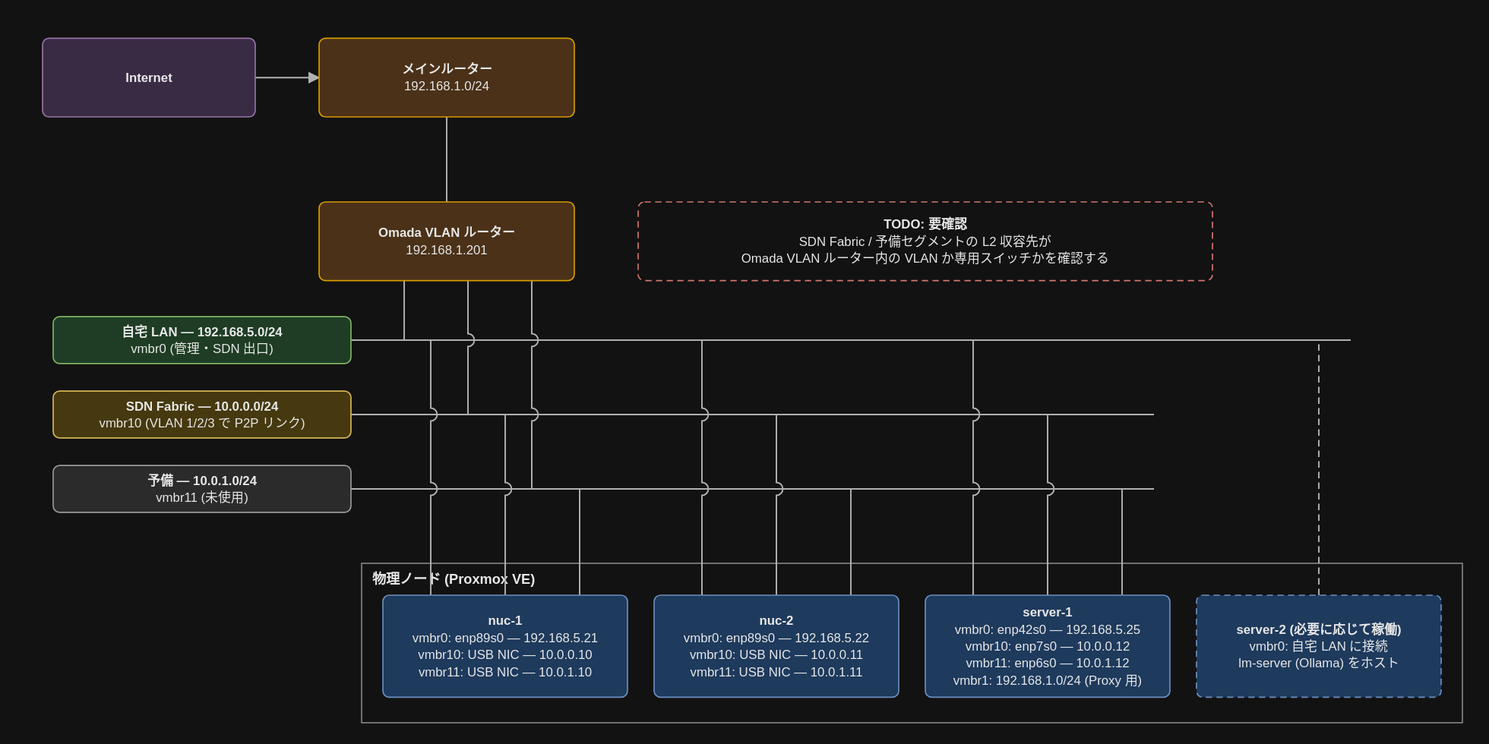
Earlier version of the draw.io export docs/architecture-physical.drawio.svg (k-wa-wa/nuage-cluster). Source tidied: cells renumbered, new cells last; positions are measured from the earlier drawing's top-left corner, leaving out a move shared by most shapes.
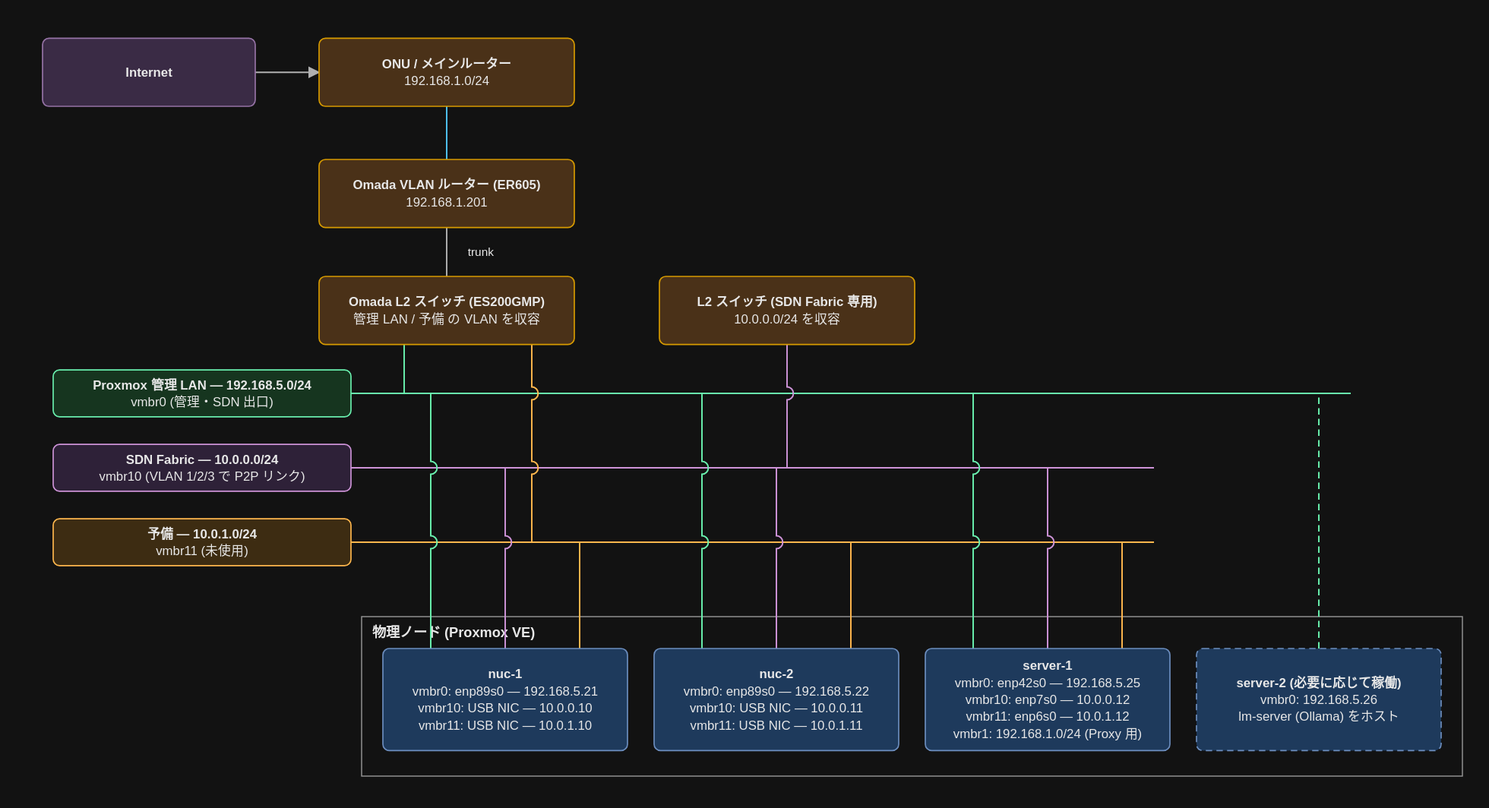
Above is the later version.

The edit, as a diff of the source:
```diff
@@ -6,24 +6,27 @@
       <mxGeometry x="300" y="494" width="1035" height="150" as="geometry" />
     </mxCell>
     <mxCell id="3" value="&lt;b&gt;Internet&lt;/b&gt;" style="rounded=1;whiteSpace=wrap;html=1;fontSize=12;fillColor=#3a2b45;strokeColor=#9673a6;fontColor=#e8e8e8;" parent="1" vertex="1">
-      <mxGeometry width="200" height="74" as="geometry" />
+      <mxGeometry y="-50" width="200" height="64" as="geometry" />
     </mxCell>
-    <mxCell id="4" value="&lt;b&gt;メインルーター&lt;/b&gt;&lt;br&gt;192.168.1.0/24" style="rounded=1;whiteSpace=wrap;html=1;fontSize=12;fillColor=#4a3118;strokeColor=#d79b00;fontColor=#e8e8e8;" parent="1" vertex="1">
-      <mxGeometry x="260" width="240" height="74" as="geometry" />
-    </mxCell>
-    <mxCell id="5" value="&lt;b&gt;Omada VLAN ルーター&lt;/b&gt;&lt;br&gt;192.168.1.201" style="rounded=1;whiteSpace=wrap;html=1;fontSize=12;fillColor=#4a3118;strokeColor=#d79b00;fontColor=#e8e8e8;" parent="1" vertex="1">
-      <mxGeometry x="260" y="154" width="240" height="74" as="geometry" />
-    </mxCell>
-    <mxCell id="6" value="&lt;b&gt;TODO: 要確認&lt;/b&gt;&lt;br&gt;SDN Fabric / 予備セグメントの L2 収容先が&lt;br&gt;Omada VLAN ルーター内の VLAN か専用スイッチかを確認する" style="rounded=1;whiteSpace=wrap;html=1;fontSize=12;fillColor=none;strokeColor=#d4766e;fontColor=#e8e8e8;dashed=1;" parent="1" vertex="1">
-      <mxGeometry x="560" y="154" width="540" height="74" as="geometry" />
-    </mxCell>
+    <mxCell id="32" value="&lt;b&gt;ONU / メインルーター&lt;/b&gt;&lt;br&gt;192.168.1.0/24" style="rounded=1;whiteSpace=wrap;html=1;fontSize=12;fillColor=#4a3118;strokeColor=#d79b00;fontColor=#e8e8e8;" parent="1" vertex="1">
+      <mxGeometry x="260" y="-50" width="240" height="64" as="geometry" />
+    </mxCell>
+    <mxCell id="33" value="&lt;b&gt;Omada VLAN ルーター (ER605)&lt;/b&gt;&lt;br&gt;192.168.1.201" style="rounded=1;whiteSpace=wrap;html=1;fontSize=12;fillColor=#4a3118;strokeColor=#d79b00;fontColor=#e8e8e8;" parent="1" vertex="1">
+      <mxGeometry x="260" y="64" width="240" height="64" as="geometry" />
+    </mxCell>
+    <mxCell id="34" value="&lt;b&gt;Omada L2 スイッチ (ES200GMP)&lt;/b&gt;&lt;br&gt;管理 LAN / 予備 の VLAN を収容" style="rounded=1;whiteSpace=wrap;html=1;fontSize=12;fillColor=#4a3118;strokeColor=#d79b00;fontColor=#e8e8e8;" parent="1" vertex="1">
+      <mxGeometry x="260" y="174" width="240" height="64" as="geometry" />
+    </mxCell>
+    <mxCell id="35" value="&lt;b&gt;L2 スイッチ (SDN Fabric 専用)&lt;/b&gt;&lt;br&gt;10.0.0.0/24 を収容" style="rounded=1;whiteSpace=wrap;html=1;fontSize=12;fillColor=#4a3118;strokeColor=#d79b00;fontColor=#e8e8e8;" parent="1" vertex="1">
+      <mxGeometry x="580" y="174" width="240" height="64" as="geometry" />
+    </mxCell>
-    <mxCell id="7" value="&lt;b&gt;自宅 LAN — 192.168.5.0/24&lt;/b&gt;&lt;br&gt;vmbr0 (管理・SDN 出口)" style="rounded=1;whiteSpace=wrap;html=1;fontSize=12;fillColor=#1e3d24;strokeColor=#82b366;fontColor=#e8e8e8;" parent="1" vertex="1">
+    <mxCell id="7" value="&lt;b&gt;Proxmox 管理 LAN — 192.168.5.0/24&lt;/b&gt;&lt;br&gt;vmbr0 (管理・SDN 出口)" style="rounded=1;whiteSpace=wrap;html=1;fontSize=12;fillColor=#16351f;strokeColor=#69F0AE;fontColor=#e8e8e8;" parent="1" vertex="1">
       <mxGeometry x="10" y="262" width="280" height="44" as="geometry" />
     </mxCell>
-    <mxCell id="8" value="&lt;b&gt;SDN Fabric — 10.0.0.0/24&lt;/b&gt;&lt;br&gt;vmbr10 (VLAN 1/2/3 で P2P リンク)" style="rounded=1;whiteSpace=wrap;html=1;fontSize=12;fillColor=#46390f;strokeColor=#d6b656;fontColor=#e8e8e8;" parent="1" vertex="1">
+    <mxCell id="8" value="&lt;b&gt;SDN Fabric — 10.0.0.0/24&lt;/b&gt;&lt;br&gt;vmbr10 (VLAN 1/2/3 で P2P リンク)" style="rounded=1;whiteSpace=wrap;html=1;fontSize=12;fillColor=#2e2138;strokeColor=#CE93D8;fontColor=#e8e8e8;" parent="1" vertex="1">
       <mxGeometry x="10" y="332" width="280" height="44" as="geometry" />
     </mxCell>
-    <mxCell id="9" value="&lt;b&gt;予備 — 10.0.1.0/24&lt;/b&gt;&lt;br&gt;vmbr11 (未使用)" style="rounded=1;whiteSpace=wrap;html=1;fontSize=12;fillColor=#2b2b2b;strokeColor=#9a9a9a;fontColor=#e8e8e8;" parent="1" vertex="1">
+    <mxCell id="9" value="&lt;b&gt;予備 — 10.0.1.0/24&lt;/b&gt;&lt;br&gt;vmbr11 (未使用)" style="rounded=1;whiteSpace=wrap;html=1;fontSize=12;fillColor=#3d2c12;strokeColor=#FFB74D;fontColor=#e8e8e8;" parent="1" vertex="1">
       <mxGeometry x="10" y="402" width="280" height="44" as="geometry" />
     </mxCell>
     <mxCell id="10" value="&lt;b&gt;nuc-1&lt;/b&gt;&lt;br&gt;vmbr0: enp89s0 — 192.168.5.21&lt;br&gt;vmbr10: USB NIC — 10.0.0.10&lt;br&gt;vmbr11: USB NIC — 10.0.1.10" style="rounded=1;whiteSpace=wrap;html=1;fontSize=12;fillColor=#1e3a5c;strokeColor=#6c8ebf;fontColor=#e8e8e8;" parent="1" vertex="1">
@@ -35,94 +38,97 @@
     <mxCell id="12" value="&lt;b&gt;server-1&lt;/b&gt;&lt;br&gt;vmbr0: enp42s0 — 192.168.5.25&lt;br&gt;vmbr10: enp7s0 — 10.0.0.12&lt;br&gt;vmbr11: enp6s0 — 10.0.1.12&lt;br&gt;vmbr1: 192.168.1.0/24 (Proxy 用)" style="rounded=1;whiteSpace=wrap;html=1;fontSize=12;fillColor=#1e3a5c;strokeColor=#6c8ebf;fontColor=#e8e8e8;" parent="1" vertex="1">
       <mxGeometry x="830" y="524" width="230" height="96" as="geometry" />
     </mxCell>
-    <mxCell id="13" value="&lt;b&gt;server-2 (必要に応じて稼働)&lt;/b&gt;&lt;br&gt;vmbr0: 自宅 LAN に接続&lt;br&gt;lm-server (Ollama) をホスト" style="rounded=1;whiteSpace=wrap;html=1;fontSize=12;fillColor=#1e3a5c;strokeColor=#6c8ebf;fontColor=#e8e8e8;dashed=1;" parent="1" vertex="1">
+    <mxCell id="13" value="&lt;b&gt;server-2 (必要に応じて稼働)&lt;/b&gt;&lt;br&gt;vmbr0: 192.168.5.26&lt;br&gt;lm-server (Ollama) をホスト" style="rounded=1;whiteSpace=wrap;html=1;fontSize=12;fillColor=#1e3a5c;strokeColor=#6c8ebf;fontColor=#e8e8e8;dashed=1;" parent="1" vertex="1">
       <mxGeometry x="1085" y="524" width="230" height="96" as="geometry" />
     </mxCell>
-    <mxCell id="14" style="edgeStyle=orthogonalEdgeStyle;rounded=0;html=1;fontSize=11;jumpStyle=arc;jumpSize=6;strokeColor=#b0b0b0;fontColor=#e8e8e8;endArrow=none;" parent="1" edge="1">
+    <mxCell id="14" style="edgeStyle=orthogonalEdgeStyle;rounded=0;html=1;fontSize=11;jumpStyle=arc;jumpSize=6;strokeColor=#69F0AE;fontColor=#e8e8e8;endArrow=none;" parent="1" edge="1">
       <mxGeometry relative="1" as="geometry">
         <mxPoint x="290" y="284" as="sourcePoint" />
         <mxPoint x="1230" y="284" as="targetPoint" />
       </mxGeometry>
     </mxCell>
-    <mxCell id="15" style="edgeStyle=orthogonalEdgeStyle;rounded=0;html=1;fontSize=11;jumpStyle=arc;jumpSize=6;strokeColor=#b0b0b0;fontColor=#e8e8e8;endArrow=none;" parent="1" edge="1">
+    <mxCell id="15" style="edgeStyle=orthogonalEdgeStyle;rounded=0;html=1;fontSize=11;jumpStyle=arc;jumpSize=6;strokeColor=#CE93D8;fontColor=#e8e8e8;endArrow=none;" parent="1" edge="1">
       <mxGeometry relative="1" as="geometry">
         <mxPoint x="290" y="354" as="sourcePoint" />
         <mxPoint x="1045" y="354" as="targetPoint" />
       </mxGeometry>
     </mxCell>
-    <mxCell id="16" style="edgeStyle=orthogonalEdgeStyle;rounded=0;html=1;fontSize=11;jumpStyle=arc;jumpSize=6;strokeColor=#b0b0b0;fontColor=#e8e8e8;endArrow=none;" parent="1" edge="1">
+    <mxCell id="16" style="edgeStyle=orthogonalEdgeStyle;rounded=0;html=1;fontSize=11;jumpStyle=arc;jumpSize=6;strokeColor=#FFB74D;fontColor=#e8e8e8;endArrow=none;" parent="1" edge="1">
       <mxGeometry relative="1" as="geometry">
         <mxPoint x="290" y="424" as="sourcePoint" />
         <mxPoint x="1045" y="424" as="targetPoint" />
       </mxGeometry>
     </mxCell>
-    <mxCell id="17" style="edgeStyle=orthogonalEdgeStyle;rounded=0;html=1;fontSize=11;jumpStyle=arc;jumpSize=6;strokeColor=#b0b0b0;fontColor=#e8e8e8;exitX=1;exitY=0.5;exitDx=0;exitDy=0;entryX=0;entryY=0.5;entryDx=0;entryDy=0;" parent="1" edge="1" source="3" target="4">
+    <mxCell id="17" style="edgeStyle=orthogonalEdgeStyle;rounded=0;html=1;fontSize=11;jumpStyle=arc;jumpSize=6;strokeColor=#b0b0b0;fontColor=#e8e8e8;exitX=1;exitY=0.5;exitDx=0;exitDy=0;entryX=0;entryY=0.5;entryDx=0;entryDy=0;" parent="1" edge="1" source="3" target="32">
       <mxGeometry relative="1" as="geometry" />
     </mxCell>
-    <mxCell id="18" style="edgeStyle=orthogonalEdgeStyle;rounded=0;html=1;fontSize=11;jumpStyle=arc;jumpSize=6;strokeColor=#b0b0b0;fontColor=#e8e8e8;exitX=0.5;exitY=1;exitDx=0;exitDy=0;entryX=0.5;entryY=0;entryDx=0;entryDy=0;endArrow=none;" parent="1" edge="1" source="4" target="5">
-      <mxGeometry relative="1" as="geometry" />
-    </mxCell>
-    <mxCell id="19" style="edgeStyle=orthogonalEdgeStyle;rounded=0;html=1;fontSize=11;jumpStyle=arc;jumpSize=6;strokeColor=#b0b0b0;fontColor=#e8e8e8;exitX=0.3333;exitY=1;exitDx=0;exitDy=0;endArrow=none;" parent="1" edge="1" source="5">
-      <mxGeometry relative="1" as="geometry">
-        <mxPoint x="340" y="284" as="targetPoint" />
-      </mxGeometry>
-    </mxCell>
-    <mxCell id="20" style="edgeStyle=orthogonalEdgeStyle;rounded=0;html=1;fontSize=11;jumpStyle=arc;jumpSize=6;strokeColor=#b0b0b0;fontColor=#e8e8e8;exitX=0.5833;exitY=1;exitDx=0;exitDy=0;endArrow=none;" parent="1" edge="1" source="5">
-      <mxGeometry relative="1" as="geometry">
-        <mxPoint x="400" y="354" as="targetPoint" />
-      </mxGeometry>
-    </mxCell>
-    <mxCell id="21" style="edgeStyle=orthogonalEdgeStyle;rounded=0;html=1;fontSize=11;jumpStyle=arc;jumpSize=6;strokeColor=#b0b0b0;fontColor=#e8e8e8;exitX=0.8333;exitY=1;exitDx=0;exitDy=0;endArrow=none;" parent="1" edge="1" source="5">
-      <mxGeometry relative="1" as="geometry">
-        <mxPoint x="460" y="424" as="targetPoint" />
-      </mxGeometry>
-    </mxCell>
+    <mxCell id="36" style="edgeStyle=orthogonalEdgeStyle;rounded=0;html=1;fontSize=11;jumpStyle=arc;jumpSize=6;strokeColor=#4FC3F7;fontColor=#e8e8e8;exitX=0.5;exitY=1;exitDx=0;exitDy=0;entryX=0.5;entryY=0;entryDx=0;entryDy=0;endArrow=none;" parent="1" edge="1" source="32" target="33">
+      <mxGeometry relative="1" as="geometry" />
+    </mxCell>
+    <mxCell id="37" value="trunk" style="edgeStyle=orthogonalEdgeStyle;rounded=0;html=1;fontSize=11;jumpStyle=arc;jumpSize=6;strokeColor=#b0b0b0;fontColor=#e8e8e8;exitX=0.5;exitY=1;exitDx=0;exitDy=0;entryX=0.5;entryY=0;entryDx=0;entryDy=0;endArrow=none;" parent="1" edge="1" source="33" target="34">
+      <mxGeometry relative="1" as="geometry" />
+    </mxCell>
+    <mxCell id="38" style="edgeStyle=orthogonalEdgeStyle;rounded=0;html=1;fontSize=11;jumpStyle=arc;jumpSize=6;strokeColor=#69F0AE;fontColor=#e8e8e8;exitX=0.3333;exitY=1;exitDx=0;exitDy=0;endArrow=none;" parent="1" edge="1" source="34">
+      <mxGeometry relative="1" as="geometry">
+        <mxPoint x="340" y="284" as="targetPoint" />
+      </mxGeometry>
+    </mxCell>
+    <mxCell id="39" style="edgeStyle=orthogonalEdgeStyle;rounded=0;html=1;fontSize=11;jumpStyle=arc;jumpSize=6;strokeColor=#FFB74D;fontColor=#e8e8e8;exitX=0.8333;exitY=1;exitDx=0;exitDy=0;endArrow=none;" parent="1" edge="1" source="34">
+      <mxGeometry relative="1" as="geometry">
+        <mxPoint x="460" y="424" as="targetPoint" />
+      </mxGeometry>
+    </mxCell>
+    <mxCell id="40" style="edgeStyle=orthogonalEdgeStyle;rounded=0;html=1;fontSize=11;jumpStyle=arc;jumpSize=6;strokeColor=#CE93D8;fontColor=#e8e8e8;exitX=0.5;exitY=1;exitDx=0;exitDy=0;endArrow=none;" parent="1" edge="1" source="35">
+      <mxGeometry relative="1" as="geometry">
+        <mxPoint x="700" y="354" as="targetPoint" />
+      </mxGeometry>
+    </mxCell>
-    <mxCell id="22" style="edgeStyle=orthogonalEdgeStyle;rounded=0;html=1;fontSize=11;jumpStyle=arc;jumpSize=6;strokeColor=#b0b0b0;fontColor=#e8e8e8;exitX=0.1957;exitY=0;exitDx=0;exitDy=0;endArrow=none;" parent="1" edge="1" source="10">
+    <mxCell id="22" style="edgeStyle=orthogonalEdgeStyle;rounded=0;html=1;fontSize=11;jumpStyle=arc;jumpSize=6;strokeColor=#69F0AE;fontColor=#e8e8e8;exitX=0.1957;exitY=0;exitDx=0;exitDy=0;endArrow=none;" parent="1" edge="1" source="10">
       <mxGeometry relative="1" as="geometry">
         <mxPoint x="365" y="284" as="targetPoint" />
       </mxGeometry>
     </mxCell>
-    <mxCell id="23" style="edgeStyle=orthogonalEdgeStyle;rounded=0;html=1;fontSize=11;jumpStyle=arc;jumpSize=6;strokeColor=#b0b0b0;fontColor=#e8e8e8;exitX=0.5;exitY=0;exitDx=0;exitDy=0;endArrow=none;" parent="1" edge="1" source="10">
+    <mxCell id="23" style="edgeStyle=orthogonalEdgeStyle;rounded=0;html=1;fontSize=11;jumpStyle=arc;jumpSize=6;strokeColor=#CE93D8;fontColor=#e8e8e8;exitX=0.5;exitY=0;exitDx=0;exitDy=0;endArrow=none;" parent="1" edge="1" source="10">
       <mxGeometry relative="1" as="geometry">
         <mxPoint x="435" y="354" as="targetPoint" />
       </mxGeometry>
     </mxCell>
-    <mxCell id="24" style="edgeStyle=orthogonalEdgeStyle;rounded=0;html=1;fontSize=11;jumpStyle=arc;jumpSize=6;strokeColor=#b0b0b0;fontColor=#e8e8e8;exitX=0.8043;exitY=0;exitDx=0;exitDy=0;endArrow=none;" parent="1" edge="1" source="10">
+    <mxCell id="24" style="edgeStyle=orthogonalEdgeStyle;rounded=0;html=1;fontSize=11;jumpStyle=arc;jumpSize=6;strokeColor=#FFB74D;fontColor=#e8e8e8;exitX=0.8043;exitY=0;exitDx=0;exitDy=0;endArrow=none;" parent="1" edge="1" source="10">
       <mxGeometry relative="1" as="geometry">
         <mxPoint x="505" y="424" as="targetPoint" />
       </mxGeometry>
     </mxCell>
-    <mxCell id="25" style="edgeStyle=orthogonalEdgeStyle;rounded=0;html=1;fontSize=11;jumpStyle=arc;jumpSize=6;strokeColor=#b0b0b0;fontColor=#e8e8e8;exitX=0.1957;exitY=0;exitDx=0;exitDy=0;endArrow=none;" parent="1" edge="1" source="11">
+    <mxCell id="25" style="edgeStyle=orthogonalEdgeStyle;rounded=0;html=1;fontSize=11;jumpStyle=arc;jumpSize=6;strokeColor=#69F0AE;fontColor=#e8e8e8;exitX=0.1957;exitY=0;exitDx=0;exitDy=0;endArrow=none;" parent="1" edge="1" source="11">
       <mxGeometry relative="1" as="geometry">
         <mxPoint x="620" y="284" as="targetPoint" />
       </mxGeometry>
     </mxCell>
-    <mxCell id="26" style="edgeStyle=orthogonalEdgeStyle;rounded=0;html=1;fontSize=11;jumpStyle=arc;jumpSize=6;strokeColor=#b0b0b0;fontColor=#e8e8e8;exitX=0.5;exitY=0;exitDx=0;exitDy=0;endArrow=none;" parent="1" edge="1" source="11">
+    <mxCell id="26" style="edgeStyle=orthogonalEdgeStyle;rounded=0;html=1;fontSize=11;jumpStyle=arc;jumpSize=6;strokeColor=#CE93D8;fontColor=#e8e8e8;exitX=0.5;exitY=0;exitDx=0;exitDy=0;endArrow=none;" parent="1" edge="1" source="11">
       <mxGeometry relative="1" as="geometry">
         <mxPoint x="690" y="354" as="targetPoint" />
       </mxGeometry>
     </mxCell>
-    <mxCell id="27" style="edgeStyle=orthogonalEdgeStyle;rounded=0;html=1;fontSize=11;jumpStyle=arc;jumpSize=6;strokeColor=#b0b0b0;fontColor=#e8e8e8;exitX=0.8043;exitY=0;exitDx=0;exitDy=0;endArrow=none;" parent="1" edge="1" source="11">
+    <mxCell id="27" style="edgeStyle=orthogonalEdgeStyle;rounded=0;html=1;fontSize=11;jumpStyle=arc;jumpSize=6;strokeColor=#FFB74D;fontColor=#e8e8e8;exitX=0.8043;exitY=0;exitDx=0;exitDy=0;endArrow=none;" parent="1" edge="1" source="11">
       <mxGeometry relative="1" as="geometry">
         <mxPoint x="760" y="424" as="targetPoint" />
       </mxGeometry>
     </mxCell>
-    <mxCell id="28" style="edgeStyle=orthogonalEdgeStyle;rounded=0;html=1;fontSize=11;jumpStyle=arc;jumpSize=6;strokeColor=#b0b0b0;fontColor=#e8e8e8;exitX=0.1957;exitY=0;exitDx=0;exitDy=0;endArrow=none;" parent="1" edge="1" source="12">
+    <mxCell id="28" style="edgeStyle=orthogonalEdgeStyle;rounded=0;html=1;fontSize=11;jumpStyle=arc;jumpSize=6;strokeColor=#69F0AE;fontColor=#e8e8e8;exitX=0.1957;exitY=0;exitDx=0;exitDy=0;endArrow=none;" parent="1" edge="1" source="12">
       <mxGeometry relative="1" as="geometry">
         <mxPoint x="875" y="284" as="targetPoint" />
       </mxGeometry>
     </mxCell>
-    <mxCell id="29" style="edgeStyle=orthogonalEdgeStyle;rounded=0;html=1;fontSize=11;jumpStyle=arc;jumpSize=6;strokeColor=#b0b0b0;fontColor=#e8e8e8;exitX=0.5;exitY=0;exitDx=0;exitDy=0;endArrow=none;" parent="1" edge="1" source="12">
+    <mxCell id="29" style="edgeStyle=orthogonalEdgeStyle;rounded=0;html=1;fontSize=11;jumpStyle=arc;jumpSize=6;strokeColor=#CE93D8;fontColor=#e8e8e8;exitX=0.5;exitY=0;exitDx=0;exitDy=0;endArrow=none;" parent="1" edge="1" source="12">
       <mxGeometry relative="1" as="geometry">
         <mxPoint x="945" y="354" as="targetPoint" />
       </mxGeometry>
     </mxCell>
-    <mxCell id="30" style="edgeStyle=orthogonalEdgeStyle;rounded=0;html=1;fontSize=11;jumpStyle=arc;jumpSize=6;strokeColor=#b0b0b0;fontColor=#e8e8e8;exitX=0.8043;exitY=0;exitDx=0;exitDy=0;endArrow=none;" parent="1" edge="1" source="12">
+    <mxCell id="30" style="edgeStyle=orthogonalEdgeStyle;rounded=0;html=1;fontSize=11;jumpStyle=arc;jumpSize=6;strokeColor=#FFB74D;fontColor=#e8e8e8;exitX=0.8043;exitY=0;exitDx=0;exitDy=0;endArrow=none;" parent="1" edge="1" source="12">
       <mxGeometry relative="1" as="geometry">
         <mxPoint x="1015" y="424" as="targetPoint" />
       </mxGeometry>
     </mxCell>
-    <mxCell id="31" style="edgeStyle=orthogonalEdgeStyle;rounded=0;html=1;fontSize=11;jumpStyle=arc;jumpSize=6;strokeColor=#b0b0b0;fontColor=#e8e8e8;exitX=0.5;exitY=0;exitDx=0;exitDy=0;endArrow=none;dashed=1;" parent="1" edge="1" source="13">
+    <mxCell id="31" style="edgeStyle=orthogonalEdgeStyle;rounded=0;html=1;fontSize=11;jumpStyle=arc;jumpSize=6;strokeColor=#69F0AE;fontColor=#e8e8e8;exitX=0.5;exitY=0;exitDx=0;exitDy=0;endArrow=none;dashed=1;" parent="1" edge="1" source="13">
       <mxGeometry relative="1" as="geometry">
         <mxPoint x="1200" y="284" as="targetPoint" />
       </mxGeometry>
```
